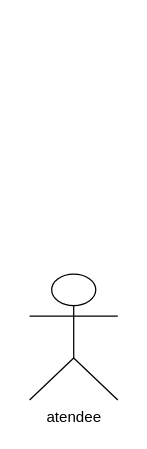
This is Untitled Diagram.drawio from Xhourstoprogram/WADS-Assignment2, a draw.io file, before an edit. Source tidied: cells renumbered, new cells numbered last; positions are measured from the earlier drawing's top-left corner, leaving out a move shared by most shapes. Both pictures are drawn from the tidied source at 126%, with x=0, y=0 at pixel (29, 273).
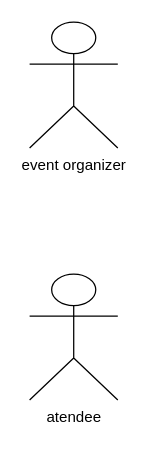
After the change.

The edit, as a diff of the source:
```diff
@@
 <mxGraphModel>
   <root>
     <mxCell id="0" />
     <mxCell id="1" parent="0" />
     <mxCell id="2" value="atendee" style="shape=umlActor;verticalLabelPosition=bottom;verticalAlign=top;html=1;" parent="1" vertex="1">
       <mxGeometry width="70" height="100" as="geometry" />
     </mxCell>
+    <mxCell id="3" value="event organizer" style="shape=umlActor;verticalLabelPosition=bottom;verticalAlign=top;html=1;" parent="1" vertex="1">
+      <mxGeometry y="-200" width="70" height="100" as="geometry" />
+    </mxCell>
   </root>
 </mxGraphModel>
```
